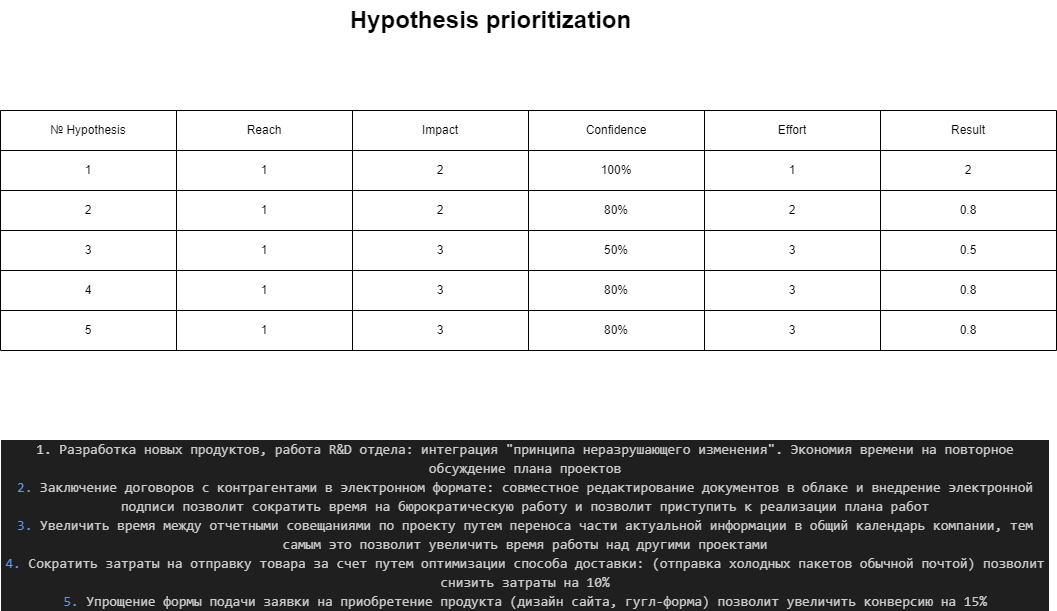
The draw.io diagram Projects/Business_process/RICE.drawio.png in biblelover1/main_repo, before a commit. Source tidied: cells renumbered, new cells last; positions are measured from the earlier drawing's top-left corner, leaving out a move shared by most shapes.
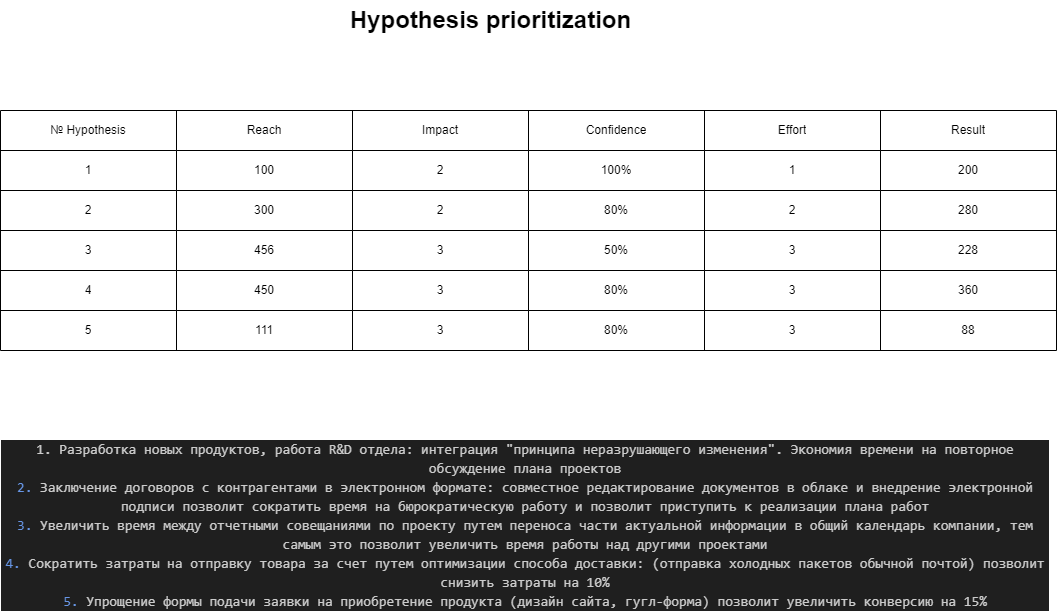
The same file after the commit.

What changed in the source:
```diff
@@ -35,7 +35,7 @@
     <mxCell id="12" value="1" style="shape=partialRectangle;html=1;whiteSpace=wrap;strokeColor=inherit;overflow=hidden;fillColor=none;top=0;left=0;bottom=0;right=0;" parent="11" vertex="1">
       <mxGeometry width="176" height="40" as="geometry" />
     </mxCell>
-    <mxCell id="13" value="1" style="shape=partialRectangle;html=1;whiteSpace=wrap;strokeColor=inherit;overflow=hidden;fillColor=none;top=0;left=0;bottom=0;right=0;" parent="11" vertex="1">
+    <mxCell id="13" value="100" style="shape=partialRectangle;html=1;whiteSpace=wrap;strokeColor=inherit;overflow=hidden;fillColor=none;top=0;left=0;bottom=0;right=0;" parent="11" vertex="1">
       <mxGeometry x="176" width="176" height="40" as="geometry" />
     </mxCell>
     <mxCell id="14" value="2" style="shape=partialRectangle;html=1;whiteSpace=wrap;strokeColor=inherit;overflow=hidden;fillColor=none;top=0;left=0;bottom=0;right=0;" parent="11" vertex="1">
@@ -47,7 +47,7 @@
     <mxCell id="16" value="1" style="shape=partialRectangle;html=1;whiteSpace=wrap;strokeColor=inherit;overflow=hidden;fillColor=none;top=0;left=0;bottom=0;right=0;" parent="11" vertex="1">
       <mxGeometry x="704" width="176" height="40" as="geometry" />
     </mxCell>
-    <mxCell id="17" value="2" style="shape=partialRectangle;html=1;whiteSpace=wrap;strokeColor=inherit;overflow=hidden;fillColor=none;top=0;left=0;bottom=0;right=0;" parent="11" vertex="1">
+    <mxCell id="17" value="200" style="shape=partialRectangle;html=1;whiteSpace=wrap;strokeColor=inherit;overflow=hidden;fillColor=none;top=0;left=0;bottom=0;right=0;" parent="11" vertex="1">
       <mxGeometry x="880" width="176" height="40" as="geometry" />
     </mxCell>
     <mxCell id="18" style="shape=tableRow;horizontal=0;startSize=0;swimlaneHead=0;swimlaneBody=0;strokeColor=inherit;top=0;left=0;bottom=0;right=0;fillColor=none;" parent="3" vertex="1">
@@ -56,7 +56,7 @@
     <mxCell id="19" value="2" style="shape=partialRectangle;html=1;whiteSpace=wrap;strokeColor=inherit;overflow=hidden;fillColor=none;top=0;left=0;bottom=0;right=0;" parent="18" vertex="1">
       <mxGeometry width="176" height="40" as="geometry" />
     </mxCell>
-    <mxCell id="20" value="1" style="shape=partialRectangle;html=1;whiteSpace=wrap;strokeColor=inherit;overflow=hidden;fillColor=none;top=0;left=0;bottom=0;right=0;" parent="18" vertex="1">
+    <mxCell id="20" value="300" style="shape=partialRectangle;html=1;whiteSpace=wrap;strokeColor=inherit;overflow=hidden;fillColor=none;top=0;left=0;bottom=0;right=0;" parent="18" vertex="1">
       <mxGeometry x="176" width="176" height="40" as="geometry" />
     </mxCell>
     <mxCell id="21" value="2" style="shape=partialRectangle;html=1;whiteSpace=wrap;strokeColor=inherit;overflow=hidden;fillColor=none;top=0;left=0;bottom=0;right=0;" parent="18" vertex="1">
@@ -68,7 +68,7 @@
     <mxCell id="23" value="2" style="shape=partialRectangle;html=1;whiteSpace=wrap;strokeColor=inherit;overflow=hidden;fillColor=none;top=0;left=0;bottom=0;right=0;" parent="18" vertex="1">
       <mxGeometry x="704" width="176" height="40" as="geometry" />
     </mxCell>
-    <mxCell id="24" value="0.8" style="shape=partialRectangle;html=1;whiteSpace=wrap;strokeColor=inherit;overflow=hidden;fillColor=none;top=0;left=0;bottom=0;right=0;" parent="18" vertex="1">
+    <mxCell id="24" value="280" style="shape=partialRectangle;html=1;whiteSpace=wrap;strokeColor=inherit;overflow=hidden;fillColor=none;top=0;left=0;bottom=0;right=0;" parent="18" vertex="1">
       <mxGeometry x="880" width="176" height="40" as="geometry" />
     </mxCell>
     <mxCell id="25" style="shape=tableRow;horizontal=0;startSize=0;swimlaneHead=0;swimlaneBody=0;strokeColor=inherit;top=0;left=0;bottom=0;right=0;fillColor=none;" parent="3" vertex="1">
@@ -77,7 +77,7 @@
     <mxCell id="26" value="3" style="shape=partialRectangle;html=1;whiteSpace=wrap;strokeColor=inherit;overflow=hidden;fillColor=none;top=0;left=0;bottom=0;right=0;" parent="25" vertex="1">
       <mxGeometry width="176" height="40" as="geometry" />
     </mxCell>
-    <mxCell id="27" value="1" style="shape=partialRectangle;html=1;whiteSpace=wrap;strokeColor=inherit;overflow=hidden;fillColor=none;top=0;left=0;bottom=0;right=0;" parent="25" vertex="1">
+    <mxCell id="27" value="456" style="shape=partialRectangle;html=1;whiteSpace=wrap;strokeColor=inherit;overflow=hidden;fillColor=none;top=0;left=0;bottom=0;right=0;" parent="25" vertex="1">
       <mxGeometry x="176" width="176" height="40" as="geometry" />
     </mxCell>
     <mxCell id="28" value="3" style="shape=partialRectangle;html=1;whiteSpace=wrap;strokeColor=inherit;overflow=hidden;fillColor=none;top=0;left=0;bottom=0;right=0;" parent="25" vertex="1">
@@ -89,7 +89,7 @@
     <mxCell id="30" value="3" style="shape=partialRectangle;html=1;whiteSpace=wrap;strokeColor=inherit;overflow=hidden;fillColor=none;top=0;left=0;bottom=0;right=0;" parent="25" vertex="1">
       <mxGeometry x="704" width="176" height="40" as="geometry" />
     </mxCell>
-    <mxCell id="31" value="0.5" style="shape=partialRectangle;html=1;whiteSpace=wrap;strokeColor=inherit;overflow=hidden;fillColor=none;top=0;left=0;bottom=0;right=0;" parent="25" vertex="1">
+    <mxCell id="31" value="228" style="shape=partialRectangle;html=1;whiteSpace=wrap;strokeColor=inherit;overflow=hidden;fillColor=none;top=0;left=0;bottom=0;right=0;" parent="25" vertex="1">
       <mxGeometry x="880" width="176" height="40" as="geometry" />
     </mxCell>
     <mxCell id="32" style="shape=tableRow;horizontal=0;startSize=0;swimlaneHead=0;swimlaneBody=0;strokeColor=inherit;top=0;left=0;bottom=0;right=0;fillColor=none;" parent="3" vertex="1">
@@ -98,7 +98,7 @@
     <mxCell id="33" value="4" style="shape=partialRectangle;html=1;whiteSpace=wrap;strokeColor=inherit;overflow=hidden;fillColor=none;top=0;left=0;bottom=0;right=0;" parent="32" vertex="1">
       <mxGeometry width="176" height="40" as="geometry" />
     </mxCell>
-    <mxCell id="34" value="1" style="shape=partialRectangle;html=1;whiteSpace=wrap;strokeColor=inherit;overflow=hidden;fillColor=none;top=0;left=0;bottom=0;right=0;" parent="32" vertex="1">
+    <mxCell id="34" value="450" style="shape=partialRectangle;html=1;whiteSpace=wrap;strokeColor=inherit;overflow=hidden;fillColor=none;top=0;left=0;bottom=0;right=0;" parent="32" vertex="1">
       <mxGeometry x="176" width="176" height="40" as="geometry" />
     </mxCell>
     <mxCell id="35" value="3" style="shape=partialRectangle;html=1;whiteSpace=wrap;strokeColor=inherit;overflow=hidden;fillColor=none;top=0;left=0;bottom=0;right=0;" parent="32" vertex="1">
@@ -110,7 +110,7 @@
     <mxCell id="37" value="3" style="shape=partialRectangle;html=1;whiteSpace=wrap;strokeColor=inherit;overflow=hidden;fillColor=none;top=0;left=0;bottom=0;right=0;" parent="32" vertex="1">
       <mxGeometry x="704" width="176" height="40" as="geometry" />
     </mxCell>
-    <mxCell id="38" value="0.8" style="shape=partialRectangle;html=1;whiteSpace=wrap;strokeColor=inherit;overflow=hidden;fillColor=none;top=0;left=0;bottom=0;right=0;" parent="32" vertex="1">
+    <mxCell id="38" value="360" style="shape=partialRectangle;html=1;whiteSpace=wrap;strokeColor=inherit;overflow=hidden;fillColor=none;top=0;left=0;bottom=0;right=0;" parent="32" vertex="1">
       <mxGeometry x="880" width="176" height="40" as="geometry" />
     </mxCell>
     <mxCell id="39" style="shape=tableRow;horizontal=0;startSize=0;swimlaneHead=0;swimlaneBody=0;strokeColor=inherit;top=0;left=0;bottom=0;right=0;fillColor=none;" parent="3" vertex="1">
@@ -119,7 +119,7 @@
     <mxCell id="40" value="5" style="shape=partialRectangle;html=1;whiteSpace=wrap;strokeColor=inherit;overflow=hidden;fillColor=none;top=0;left=0;bottom=0;right=0;" parent="39" vertex="1">
       <mxGeometry width="176" height="40" as="geometry" />
     </mxCell>
-    <mxCell id="41" value="1" style="shape=partialRectangle;html=1;whiteSpace=wrap;strokeColor=inherit;overflow=hidden;fillColor=none;top=0;left=0;bottom=0;right=0;" parent="39" vertex="1">
+    <mxCell id="41" value="111" style="shape=partialRectangle;html=1;whiteSpace=wrap;strokeColor=inherit;overflow=hidden;fillColor=none;top=0;left=0;bottom=0;right=0;" parent="39" vertex="1">
       <mxGeometry x="176" width="176" height="40" as="geometry" />
     </mxCell>
     <mxCell id="42" value="3" style="shape=partialRectangle;html=1;whiteSpace=wrap;strokeColor=inherit;overflow=hidden;fillColor=none;top=0;left=0;bottom=0;right=0;" parent="39" vertex="1">
@@ -131,7 +131,7 @@
     <mxCell id="44" value="3" style="shape=partialRectangle;html=1;whiteSpace=wrap;strokeColor=inherit;overflow=hidden;fillColor=none;top=0;left=0;bottom=0;right=0;" parent="39" vertex="1">
       <mxGeometry x="704" width="176" height="40" as="geometry" />
     </mxCell>
-    <mxCell id="45" value="0.8" style="shape=partialRectangle;html=1;whiteSpace=wrap;strokeColor=inherit;overflow=hidden;fillColor=none;top=0;left=0;bottom=0;right=0;" parent="39" vertex="1">
+    <mxCell id="45" value="88" style="shape=partialRectangle;html=1;whiteSpace=wrap;strokeColor=inherit;overflow=hidden;fillColor=none;top=0;left=0;bottom=0;right=0;" parent="39" vertex="1">
       <mxGeometry x="880" width="176" height="40" as="geometry" />
     </mxCell>
     <mxCell id="46" value="&lt;div style=&quot;color: rgb(204, 204, 204); background-color: rgb(31, 31, 31); font-family: Consolas, &amp;quot;Courier New&amp;quot;, monospace; font-size: 14px; line-height: 19px;&quot;&gt;&lt;div&gt;1. Разработка новых продуктов, работа R&amp;amp;D отдела: интеграция &quot;принципа неразрушающего изменения&quot;. Экономия времени на повторное обсуждение плана проектов&lt;/div&gt;&lt;div&gt;&lt;span style=&quot;color: #6796e6;&quot;&gt;2.&lt;/span&gt; Заключение договоров с контрагентами в электронном формате: совместное редактирование документов в облаке и внедрение электронной подписи позволит сократить время на бюрократическую работу и позволит приступить к реализации плана работ&lt;/div&gt;&lt;div&gt;&lt;span style=&quot;color: #6796e6;&quot;&gt;3.&lt;/span&gt; Увеличить время между отчетными совещаниями по проекту путем переноса части актуальной информации в общий календарь компании, тем самым это позволит увеличить время работы над другими проектами&lt;/div&gt;&lt;div&gt;&lt;span style=&quot;color: #6796e6;&quot;&gt;4.&lt;/span&gt; Сократить затраты на отправку товара за счет путем оптимизации способа доставки: (отправка холодных пакетов обычной почтой) позволит снизить затраты на 10%&lt;/div&gt;&lt;div&gt;&lt;span style=&quot;color: #6796e6;&quot;&gt;5.&lt;/span&gt; Упрощение формы подачи заявки на приобретение продукта (дизайн сайта, гугл-форма) позволит увеличить конверсию на 15%&lt;/div&gt;&lt;/div&gt;" style="text;strokeColor=none;align=center;fillColor=none;html=1;verticalAlign=middle;whiteSpace=wrap;rounded=0;" parent="1" vertex="1">
```
